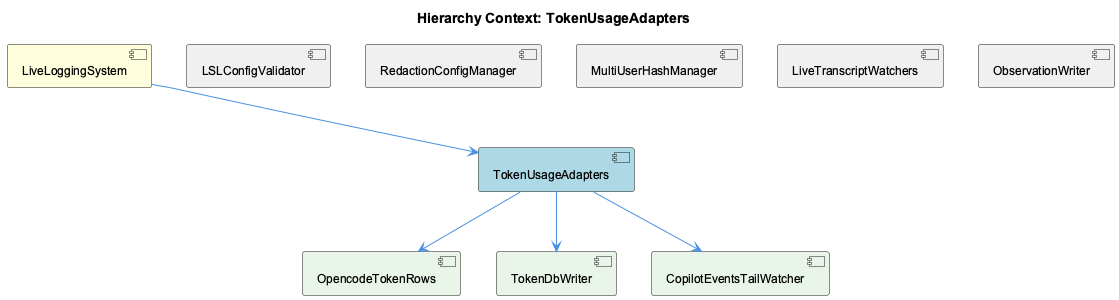
The PlantUML diagram knowledge-management/insights/images/token-usage-adapters-relationship.png in fwornle/coding, before a commit.
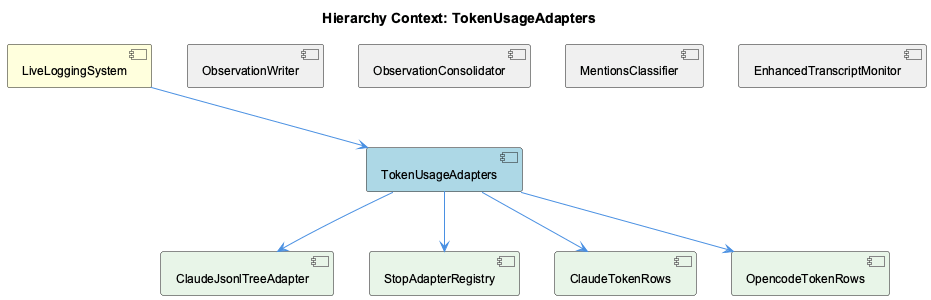
The same diagram one commit later.

The edit, as a diff of the source:
```diff
@@ -5,23 +5,25 @@
 
 [LiveLoggingSystem] as live_logging_system #FFFFDD
 [TokenUsageAdapters] as token_usage_adapters #LightBlue
-[LSLConfigValidator] as lslconfig_validator #F0F0F0
-[RedactionConfigManager] as redaction_config_manager #F0F0F0
-[MultiUserHashManager] as multi_user_hash_manager #F0F0F0
-[LiveTranscriptWatchers] as live_transcript_watchers #F0F0F0
 [ObservationWriter] as observation_writer #F0F0F0
+[ObservationConsolidator] as observation_consolidator #F0F0F0
+[MentionsClassifier] as mentions_classifier #F0F0F0
+[EnhancedTranscriptMonitor] as enhanced_transcript_monitor #F0F0F0
+[ClaudeJsonlTreeAdapter] as claude_jsonl_tree_adapter #F0F0F0
+[StopAdapterRegistry] as stop_adapter_registry #E8F5E8
+[ClaudeJsonlTreeAdapter] as claude_jsonl_tree_adapter #E8F5E8
+[ClaudeTokenRows] as claude_token_rows #E8F5E8
 [OpencodeTokenRows] as opencode_token_rows #E8F5E8
-[TokenDbWriter] as token_db_writer #E8F5E8
-[CopilotEventsTailWatcher] as copilot_events_tail_watcher #E8F5E8
 
 live_logging_system --> token_usage_adapters
-lslconfig_validator -[hidden]- token_usage_adapters
-redaction_config_manager -[hidden]- token_usage_adapters
-multi_user_hash_manager -[hidden]- token_usage_adapters
-live_transcript_watchers -[hidden]- token_usage_adapters
 observation_writer -[hidden]- token_usage_adapters
+observation_consolidator -[hidden]- token_usage_adapters
+mentions_classifier -[hidden]- token_usage_adapters
+enhanced_transcript_monitor -[hidden]- token_usage_adapters
+claude_jsonl_tree_adapter -[hidden]- token_usage_adapters
+token_usage_adapters --> stop_adapter_registry
+token_usage_adapters --> claude_jsonl_tree_adapter
+token_usage_adapters --> claude_token_rows
 token_usage_adapters --> opencode_token_rows
-token_usage_adapters --> token_db_writer
-token_usage_adapters --> copilot_events_tail_watcher
 
 @enduml
```
